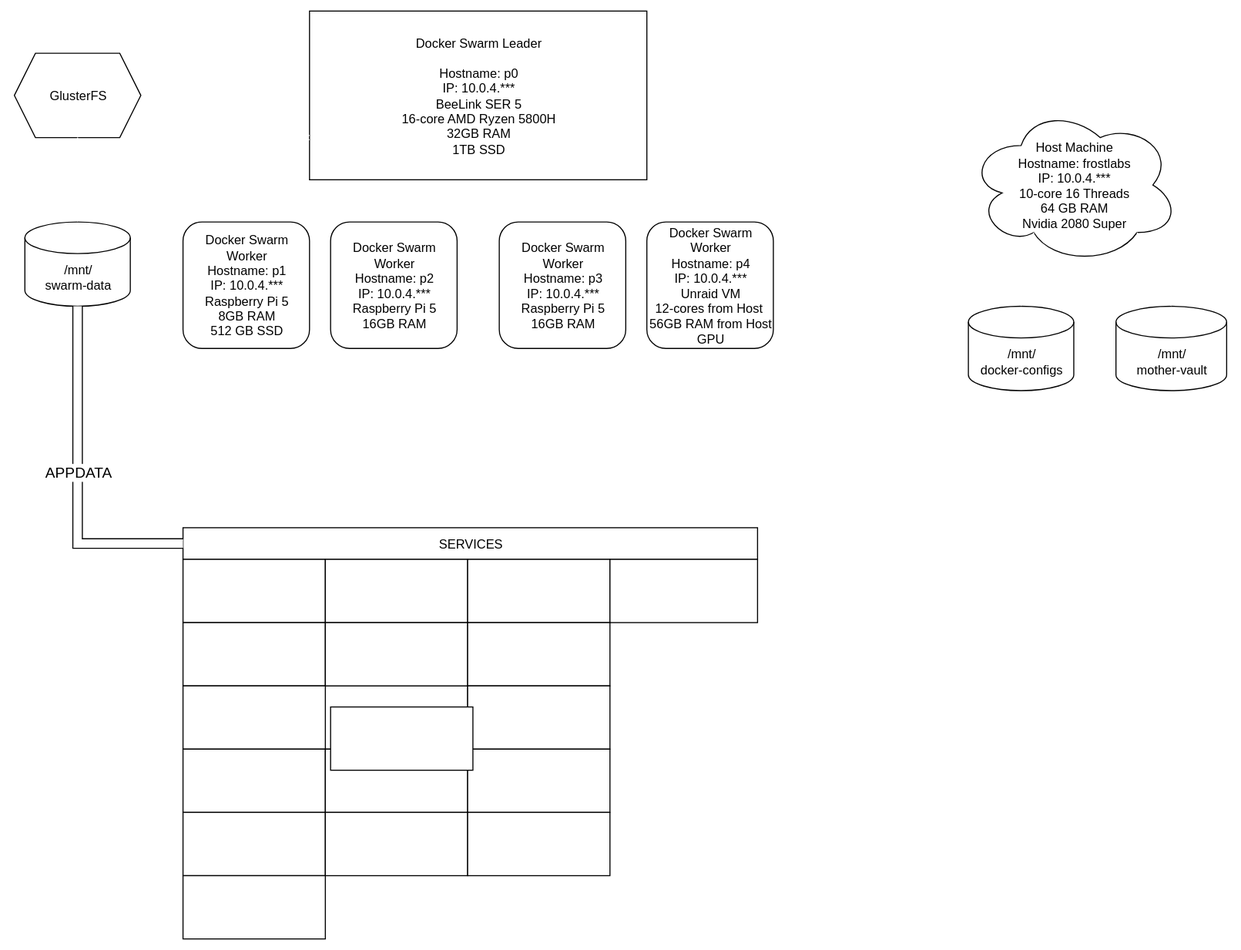
ghost062591/frostlabs-site keeps this draw.io diagram as Infrastructure Diagram.svg. Above is the earlier version. Source tidied: cells renumbered, new cells last; positions are measured from the earlier drawing's top-left corner, leaving out a move shared by most shapes.
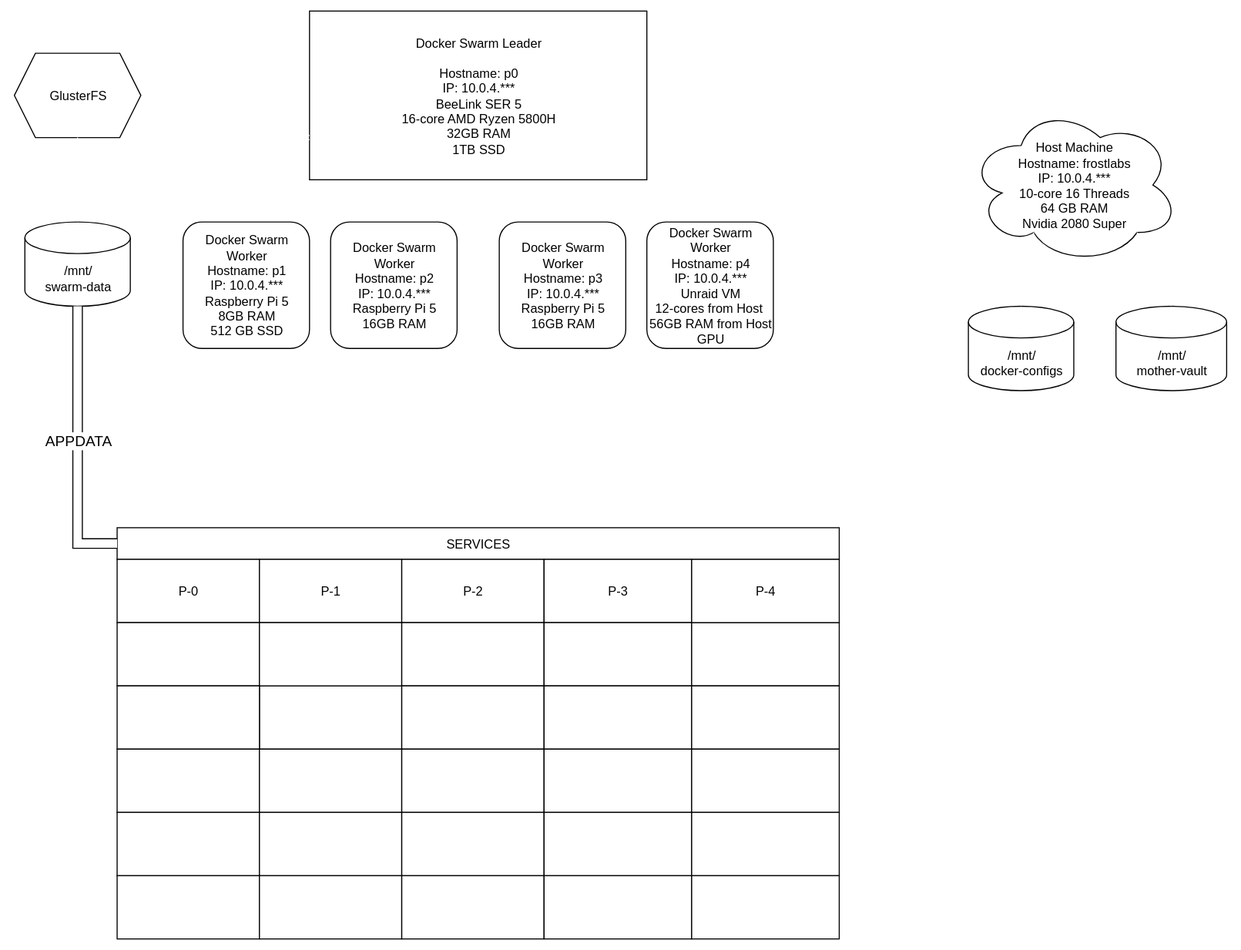
Later version of the same file.

Change to the diagram source:
```diff
@@ -4,9 +4,9 @@
     <mxCell id="1" parent="0" />
     <mxCell id="2" style="shape=link;html=1;entryX=1.008;entryY=0.329;entryDx=0;entryDy=0;entryPerimeter=0;strokeColor=#FFFFFF;" parent="1" edge="1" target="13">
       <mxGeometry relative="1" as="geometry">
-        <mxPoint x="110" y="239.5" as="sourcePoint" />
+        <mxPoint x="172.5" y="239.5" as="sourcePoint" />
         <Array as="points">
-          <mxPoint x="160" y="239.5" />
+          <mxPoint x="222.5" y="239.5" />
         </Array>
       </mxGeometry>
     </mxCell>
@@ -29,55 +29,56 @@
       <mxGeometry relative="1" as="geometry" />
     </mxCell>
     <mxCell id="9" value="Docker Swarm Leader&lt;br&gt;&lt;br&gt;Hostname: p0&lt;br&gt;IP: 10.0.4.***&lt;br&gt;BeeLink SER 5&lt;br&gt;16-core AMD Ryzen 5800H&lt;br&gt;32GB RAM&lt;br&gt;1TB SSD" style="rounded=0;whiteSpace=wrap;html=1;" parent="1" vertex="1">
-      <mxGeometry x="280" width="320" height="160" as="geometry" />
+      <mxGeometry x="342.5" width="320" height="160" as="geometry" />
     </mxCell>
     <mxCell id="10" value="Docker Swarm Worker&lt;br&gt;Hostname: p1&lt;br&gt;IP: 10.0.4.***&lt;br&gt;Raspberry Pi 5&lt;br&gt;8GB RAM&lt;br&gt;512 GB SSD" style="rounded=1;whiteSpace=wrap;html=1;" parent="1" vertex="1">
-      <mxGeometry x="160" y="200" width="120" height="120" as="geometry" />
+      <mxGeometry x="222.5" y="200" width="120" height="120" as="geometry" />
     </mxCell>
     <mxCell id="11" value="Docker Swarm Worker&lt;br&gt;Hostname: p2&lt;br&gt;IP: 10.0.4.***&lt;br&gt;Raspberry Pi 5&lt;br&gt;16GB RAM" style="rounded=1;whiteSpace=wrap;html=1;" parent="1" vertex="1">
-      <mxGeometry x="300" y="200" width="120" height="120" as="geometry" />
+      <mxGeometry x="362.5" y="200" width="120" height="120" as="geometry" />
     </mxCell>
     <mxCell id="12" value="Docker Swarm Worker&lt;br&gt;Hostname: p3&lt;br&gt;IP: 10.0.4.***&lt;br&gt;Raspberry Pi 5&lt;br&gt;16GB RAM" style="rounded=1;whiteSpace=wrap;html=1;" parent="1" vertex="1">
-      <mxGeometry x="460" y="200" width="120" height="120" as="geometry" />
+      <mxGeometry x="522.5" y="200" width="120" height="120" as="geometry" />
     </mxCell>
     <mxCell id="13" value="Docker Swarm Worker&lt;br&gt;Hostname: p4&lt;br&gt;IP: 10.0.4.***&lt;br&gt;Unraid VM&lt;br&gt;12-cores from Host&amp;nbsp;&lt;br&gt;56GB RAM from Host&lt;br&gt;GPU" style="rounded=1;whiteSpace=wrap;html=1;" parent="1" vertex="1">
-      <mxGeometry x="600" y="200" width="120" height="120" as="geometry" />
+      <mxGeometry x="662.5" y="200" width="120" height="120" as="geometry" />
     </mxCell>
     <mxCell id="14" value="Host Machine&lt;br&gt;Hostname: frostlabs&lt;br&gt;IP: 10.0.4.***&lt;br&gt;10-core 16 Threads&lt;br&gt;64 GB RAM&lt;br&gt;Nvidia 2080 Super" style="ellipse;shape=cloud;whiteSpace=wrap;html=1;" parent="1" vertex="1">
-      <mxGeometry x="905" y="90" width="200" height="150" as="geometry" />
+      <mxGeometry x="967.5" y="90" width="200" height="150" as="geometry" />
     </mxCell>
     <mxCell id="15" value="/mnt/&lt;br&gt;mother-vault" style="shape=cylinder3;whiteSpace=wrap;html=1;boundedLbl=1;backgroundOutline=1;size=15;" parent="1" vertex="1">
-      <mxGeometry x="1045" y="280" width="105" height="80" as="geometry" />
+      <mxGeometry x="1107.5" y="280" width="105" height="80" as="geometry" />
     </mxCell>
     <mxCell id="16" value="/mnt/&lt;br&gt;docker-configs" style="shape=cylinder3;whiteSpace=wrap;html=1;boundedLbl=1;backgroundOutline=1;size=15;" parent="1" vertex="1">
-      <mxGeometry x="905" y="280" width="100" height="80" as="geometry" />
+      <mxGeometry x="967.5" y="280" width="100" height="80" as="geometry" />
     </mxCell>
     <mxCell id="17" style="edgeStyle=none;html=1;exitX=0.31;exitY=0.8;exitDx=0;exitDy=0;exitPerimeter=0;strokeColor=#FFFFFF;" parent="1" edge="1" source="14">
       <mxGeometry relative="1" as="geometry">
-        <mxPoint x="955" y="280" as="targetPoint" />
+        <mxPoint x="1017.5" y="280" as="targetPoint" />
       </mxGeometry>
     </mxCell>
     <mxCell id="18" style="edgeStyle=none;html=1;exitX=0.8;exitY=0.8;exitDx=0;exitDy=0;exitPerimeter=0;entryX=0.5;entryY=0;entryDx=0;entryDy=0;entryPerimeter=0;strokeColor=#FFFFFF;" parent="1" edge="1" source="14" target="15">
       <mxGeometry relative="1" as="geometry" />
     </mxCell>
-    <mxCell id="19" style="edgeStyle=none;html=1;exitX=1;exitY=0;exitDx=0;exitDy=15;exitPerimeter=0;entryX=0;entryY=0.75;entryDx=0;entryDy=0;shape=link;strokeColor=#FFFFFF;" parent="1" edge="1" source="20" target="9">
+    <mxCell id="19" style="edgeStyle=none;html=1;entryX=0;entryY=0.75;entryDx=0;entryDy=0;shape=link;strokeColor=#FFFFFF;" parent="1" edge="1" target="9">
       <mxGeometry relative="1" as="geometry">
+        <mxPoint x="197.5" y="240" as="sourcePoint" />
         <Array as="points">
-          <mxPoint x="110" y="120" />
+          <mxPoint x="197.5" y="120" />
         </Array>
       </mxGeometry>
     </mxCell>
     <mxCell id="20" value="/mnt/&lt;br&gt;swarm-data" style="shape=cylinder3;whiteSpace=wrap;html=1;boundedLbl=1;backgroundOutline=1;size=15;" parent="1" vertex="1">
-      <mxGeometry x="10" y="200" width="100" height="80" as="geometry" />
+      <mxGeometry x="72.5" y="200" width="100" height="80" as="geometry" />
     </mxCell>
     <mxCell id="21" value="GlusterFS" style="shape=hexagon;perimeter=hexagonPerimeter2;whiteSpace=wrap;html=1;fixedSize=1;" parent="1" vertex="1">
-      <mxGeometry y="40" width="120" height="80" as="geometry" />
+      <mxGeometry x="62.5" y="40" width="120" height="80" as="geometry" />
     </mxCell>
     <mxCell id="22" style="edgeStyle=none;html=1;exitX=0.5;exitY=1;exitDx=0;exitDy=0;entryX=0.5;entryY=0;entryDx=0;entryDy=0;entryPerimeter=0;strokeColor=#FFFFFF;" parent="1" edge="1" source="21" target="20">
       <mxGeometry relative="1" as="geometry" />
     </mxCell>
     <mxCell id="23" value="SERVICES" style="rounded=0;whiteSpace=wrap;html=1;" parent="1" vertex="1">
-      <mxGeometry x="160" y="490" width="545" height="30" as="geometry" />
+      <mxGeometry x="160" y="490" width="685" height="30" as="geometry" />
     </mxCell>
     <mxCell id="24" style="shape=filledEdge;curved=0;rounded=0;fixDash=1;endArrow=none;strokeWidth=10;fillColor=#ffffff;edgeStyle=orthogonalEdgeStyle;html=1;entryX=0;entryY=0.5;entryDx=0;entryDy=0;exitX=0.5;exitY=1;exitDx=0;exitDy=0;exitPerimeter=0;" parent="1" edge="1" source="20" target="23">
       <mxGeometry relative="1" as="geometry" />
@@ -85,16 +86,16 @@
     <mxCell id="25" value="&lt;font style=&quot;font-size: 14px;&quot;&gt;APPDATA&lt;/font&gt;" style="edgeLabel;html=1;align=center;verticalAlign=middle;" parent="24" vertex="1">
       <mxGeometry x="-0.03" relative="1" as="geometry" />
     </mxCell>
-    <mxCell id="26" style="rounded=0;whiteSpace=wrap;html=1;" parent="1" vertex="1">
+    <mxCell id="26" value="P-0" style="rounded=0;whiteSpace=wrap;html=1;" parent="1" vertex="1">
       <mxGeometry x="160" y="520" width="135" height="60" as="geometry" />
     </mxCell>
-    <mxCell id="27" style="rounded=0;whiteSpace=wrap;html=1;" parent="1" vertex="1">
+    <mxCell id="27" value="P-1" style="rounded=0;whiteSpace=wrap;html=1;" parent="1" vertex="1">
       <mxGeometry x="295" y="520" width="135" height="60" as="geometry" />
     </mxCell>
-    <mxCell id="28" style="rounded=0;whiteSpace=wrap;html=1;" parent="1" vertex="1">
+    <mxCell id="28" value="P-2" style="rounded=0;whiteSpace=wrap;html=1;" parent="1" vertex="1">
       <mxGeometry x="430" y="520" width="135" height="60" as="geometry" />
     </mxCell>
-    <mxCell id="29" style="rounded=0;whiteSpace=wrap;html=1;" parent="1" vertex="1">
+    <mxCell id="29" value="P-3" style="rounded=0;whiteSpace=wrap;html=1;" parent="1" vertex="1">
       <mxGeometry x="565" y="520" width="140" height="60" as="geometry" />
     </mxCell>
     <mxCell id="30" style="rounded=0;whiteSpace=wrap;html=1;" parent="1" vertex="1">
@@ -137,7 +138,43 @@
       <mxGeometry x="160" y="820" width="135" height="60" as="geometry" />
     </mxCell>
     <mxCell id="43" style="rounded=0;whiteSpace=wrap;html=1;" parent="1" vertex="1">
-      <mxGeometry x="300" y="660" width="135" height="60" as="geometry" />
+      <mxGeometry x="295" y="820" width="135" height="60" as="geometry" />
     </mxCell>
+    <mxCell id="44" style="rounded=0;whiteSpace=wrap;html=1;" parent="1" vertex="1">
+      <mxGeometry x="430" y="820" width="135" height="60" as="geometry" />
+    </mxCell>
+    <mxCell id="45" style="rounded=0;whiteSpace=wrap;html=1;" parent="1" vertex="1">
+      <mxGeometry x="565" y="580" width="140" height="60" as="geometry" />
+    </mxCell>
+    <mxCell id="46" style="rounded=0;whiteSpace=wrap;html=1;" parent="1" vertex="1">
+      <mxGeometry x="565" y="640" width="140" height="60" as="geometry" />
+    </mxCell>
+    <mxCell id="47" style="rounded=0;whiteSpace=wrap;html=1;" parent="1" vertex="1">
+      <mxGeometry x="565" y="700" width="140" height="60" as="geometry" />
+    </mxCell>
+    <mxCell id="48" style="rounded=0;whiteSpace=wrap;html=1;" parent="1" vertex="1">
+      <mxGeometry x="565" y="760" width="140" height="60" as="geometry" />
+    </mxCell>
+    <mxCell id="49" style="rounded=0;whiteSpace=wrap;html=1;" parent="1" vertex="1">
+      <mxGeometry x="565" y="820" width="140" height="60" as="geometry" />
+    </mxCell>
+    <mxCell id="50" style="rounded=0;whiteSpace=wrap;html=1;" parent="1" vertex="1">
+      <mxGeometry x="705" y="580" width="140" height="60" as="geometry" />
+    </mxCell>
+    <mxCell id="51" style="rounded=0;whiteSpace=wrap;html=1;" parent="1" vertex="1">
+      <mxGeometry x="705" y="640" width="140" height="60" as="geometry" />
+    </mxCell>
+    <mxCell id="52" style="rounded=0;whiteSpace=wrap;html=1;" parent="1" vertex="1">
+      <mxGeometry x="705" y="700" width="140" height="60" as="geometry" />
+    </mxCell>
+    <mxCell id="53" style="rounded=0;whiteSpace=wrap;html=1;" parent="1" vertex="1">
+      <mxGeometry x="705" y="760" width="140" height="60" as="geometry" />
+    </mxCell>
+    <mxCell id="54" style="rounded=0;whiteSpace=wrap;html=1;" parent="1" vertex="1">
+      <mxGeometry x="705" y="820" width="140" height="60" as="geometry" />
+    </mxCell>
+    <mxCell id="55" value="P-4" style="rounded=0;whiteSpace=wrap;html=1;" parent="1" vertex="1">
+      <mxGeometry x="705" y="520" width="140" height="60" as="geometry" />
+    </mxCell>
   </root>
 </mxGraphModel>
```
